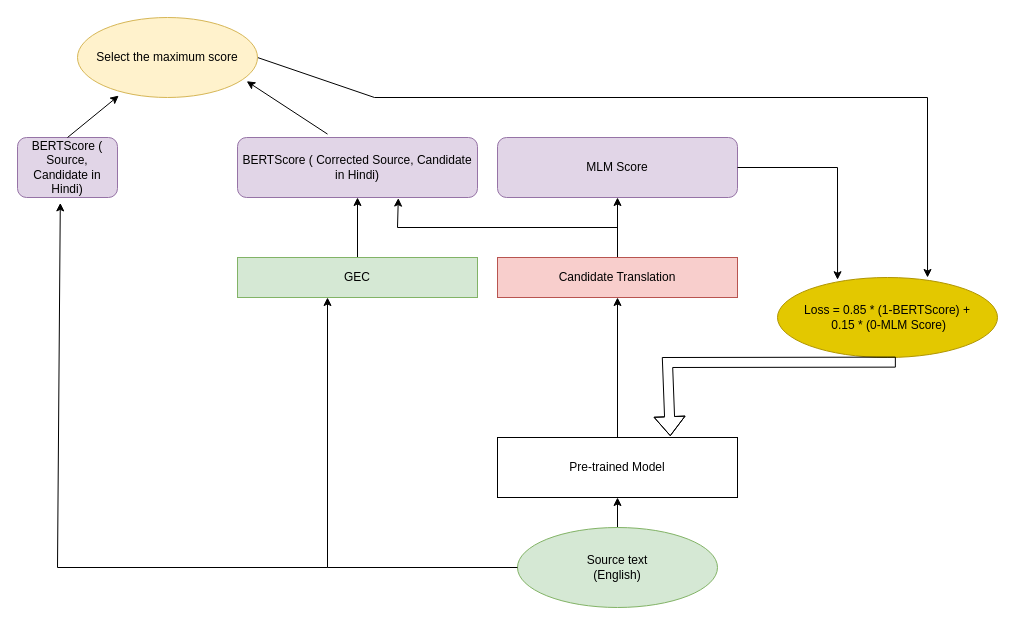
The draw.io diagram transformer_with_grammar_correction_mlm_bertscore.drawio in babangain/drawio, before the edit. Source tidied: cells renumbered, new cells numbered last; positions are measured from the earlier drawing's top-left corner, leaving out a move shared by most shapes. Both pictures are drawn from the tidied source at 100%, with x=0, y=0 at pixel (17, 17).
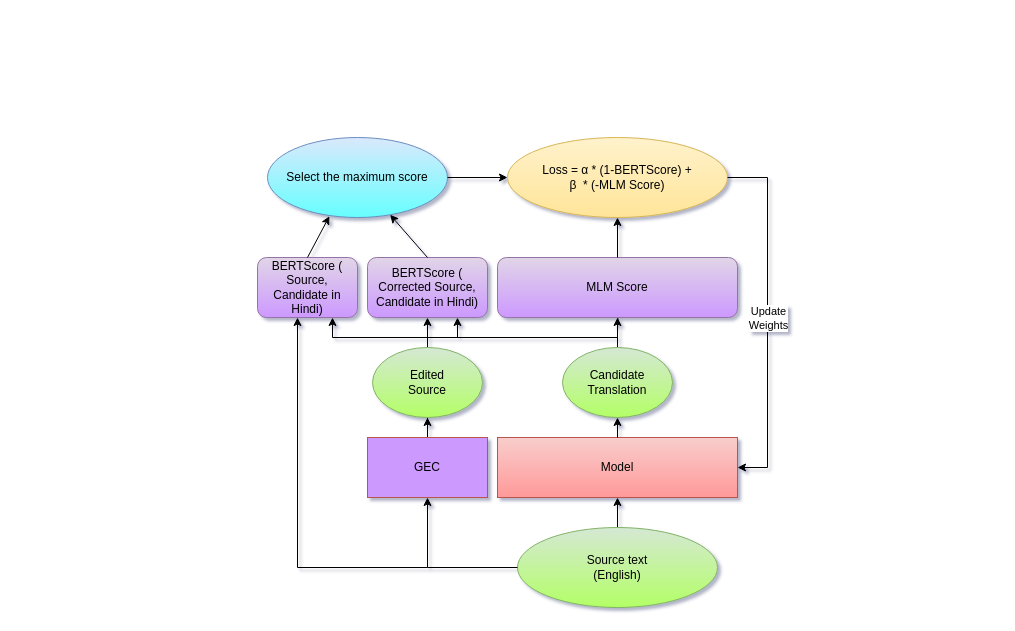
After the change.

What changed in the source:
```diff
@@
-<mxGraphModel>
+<mxGraphModel shadow="1">
@@
-    <mxCell id="2" style="edgeStyle=orthogonalEdgeStyle;rounded=0;jettySize=auto;html=1;" parent="1" edge="1" source="3" target="7">
-      <mxGeometry relative="1" as="geometry" />
-    </mxCell>
-    <mxCell id="3" value="Pre-trained Model" style="rounded=0;whiteSpace=wrap;html=1;" parent="1" vertex="1">
+    <mxCell id="3" value="Model" style="rounded=0;whiteSpace=wrap;html=1;fillColor=#f8cecc;strokeColor=#b85450;labelBorderColor=none;gradientColor=#FF9999;" parent="1" vertex="1">
       <mxGeometry x="480" y="420" width="240" height="60" as="geometry" />
     </mxCell>
-    <mxCell id="4" style="edgeStyle=orthogonalEdgeStyle;rounded=0;jettySize=auto;html=1;" parent="1" edge="1" source="5" target="3">
+    <mxCell id="4" style="edgeStyle=orthogonalEdgeStyle;rounded=0;jettySize=auto;html=1;labelBorderColor=none;" parent="1" edge="1" source="5" target="3">
       <mxGeometry relative="1" as="geometry" />
     </mxCell>
-    <mxCell id="5" value="Source text&lt;br&gt;(English)" style="ellipse;whiteSpace=wrap;html=1;fillColor=#d5e8d4;strokeColor=#82b366;" parent="1" vertex="1">
+    <mxCell id="5" value="Source text&lt;br&gt;(English)" style="ellipse;whiteSpace=wrap;html=1;fillColor=#d5e8d4;strokeColor=#82b366;labelBorderColor=none;gradientColor=#B3FF66;" parent="1" vertex="1">
       <mxGeometry x="500" y="510" width="200" height="80" as="geometry" />
     </mxCell>
-    <mxCell id="6" style="edgeStyle=orthogonalEdgeStyle;rounded=0;jettySize=auto;html=1;" parent="1" edge="1" source="7" target="11">
-      <mxGeometry relative="1" as="geometry" />
+    <mxCell id="6" style="edgeStyle=orthogonalEdgeStyle;rounded=0;jettySize=auto;html=1;labelBorderColor=none;" parent="1" edge="1" target="11">
+      <mxGeometry relative="1" as="geometry">
+        <mxPoint x="600" y="315" as="sourcePoint" />
+      </mxGeometry>
     </mxCell>
-    <mxCell id="7" value="Candidate Translation" style="rounded=0;whiteSpace=wrap;html=1;fillColor=#f8cecc;strokeColor=#b85450;" parent="1" vertex="1">
-      <mxGeometry x="480" y="240" width="240" height="40" as="geometry" />
-    </mxCell>
-    <mxCell id="8" style="endArrow=classic;html=1;rounded=0;exitX=0;exitY=0.5;exitDx=0;exitDy=0;entryX=0.375;entryY=1;entryDx=0;entryDy=0;entryPerimeter=0;" parent="1" edge="1" source="5" target="10">
+    <mxCell id="8" style="endArrow=classic;html=1;rounded=0;exitX=0;exitY=0.5;exitDx=0;exitDy=0;entryX=0.5;entryY=1;entryDx=0;entryDy=0;labelBorderColor=none;" parent="1" edge="1" source="5" target="10">
       <mxGeometry relative="1" as="geometry">
         <Array as="points">
-          <mxPoint x="310" y="550" />
+          <mxPoint x="410" y="550" />
         </Array>
       </mxGeometry>
     </mxCell>
-    <mxCell id="9" style="edgeStyle=orthogonalEdgeStyle;rounded=0;jettySize=auto;html=1;" parent="1" edge="1" source="10" target="12">
-      <mxGeometry relative="1" as="geometry" />
-    </mxCell>
+    <mxCell id="23" style="edgeStyle=orthogonalEdgeStyle;rounded=0;jettySize=auto;html=1;" parent="1" edge="1" source="10" target="27">
+      <mxGeometry relative="1" as="geometry" />
+    </mxCell>
-    <mxCell id="10" value="GEC" style="rounded=0;whiteSpace=wrap;html=1;fillColor=#d5e8d4;strokeColor=#82b366;" parent="1" vertex="1">
-      <mxGeometry x="220" y="240" width="240" height="40" as="geometry" />
+    <mxCell id="10" value="GEC" style="rounded=0;whiteSpace=wrap;html=1;fillColor=#CC99FF;strokeColor=#b85450;labelBorderColor=none;gradientColor=#CC99FF;" parent="1" vertex="1">
+      <mxGeometry x="350" y="420" width="120" height="60" as="geometry" />
     </mxCell>
-    <mxCell id="11" value="MLM Score" style="rounded=1;whiteSpace=wrap;html=1;fillColor=#e1d5e7;strokeColor=#9673a6;" parent="1" vertex="1">
-      <mxGeometry x="480" y="120" width="240" height="60" as="geometry" />
+    <mxCell id="11" value="MLM Score" style="rounded=1;whiteSpace=wrap;html=1;fillColor=#e1d5e7;strokeColor=#9673a6;labelBorderColor=none;gradientColor=#CC99FF;" parent="1" vertex="1">
+      <mxGeometry x="480" y="240" width="240" height="60" as="geometry" />
     </mxCell>
-    <mxCell id="12" value="BERTScore ( Corrected Source, Candidate in Hindi)" style="rounded=1;whiteSpace=wrap;html=1;fillColor=#e1d5e7;strokeColor=#9673a6;" parent="1" vertex="1">
-      <mxGeometry x="220" y="120" width="240" height="60" as="geometry" />
+    <mxCell id="12" value="BERTScore ( Corrected Source, Candidate in Hindi)" style="rounded=1;whiteSpace=wrap;html=1;fillColor=#e1d5e7;strokeColor=#9673a6;labelBorderColor=none;gradientColor=#CC99FF;" parent="1" vertex="1">
+      <mxGeometry x="350" y="240" width="120" height="60" as="geometry" />
     </mxCell>
-    <mxCell id="13" style="endArrow=classic;html=1;rounded=0;entryX=0.67;entryY=1.01;entryDx=0;entryDy=0;entryPerimeter=0;" parent="1" edge="1" target="12">
-      <mxGeometry relative="1" as="geometry">
-        <mxPoint x="600" y="210" as="sourcePoint" />
-        <Array as="points">
-          <mxPoint x="380" y="210" />
-        </Array>
-      </mxGeometry>
-    </mxCell>
-    <mxCell id="14" value="Loss = 0.85 * (1-BERTScore) +&lt;br&gt;&amp;nbsp;0.15 * (0-MLM Score)" style="ellipse;whiteSpace=wrap;html=1;fillColor=#e3c800;fontColor=#000000;strokeColor=#B09500;" parent="1" vertex="1">
-      <mxGeometry x="760" y="260" width="220" height="80" as="geometry" />
+    <mxCell id="14" value="Loss =&amp;nbsp;α&amp;nbsp;* (1-BERTScore) +&lt;br&gt;β&amp;nbsp; * (-MLM Score)" style="ellipse;whiteSpace=wrap;html=1;fillColor=#fff2cc;strokeColor=#d6b656;labelBorderColor=none;gradientColor=#FFE599;" parent="1" vertex="1">
+      <mxGeometry x="490" y="120" width="220" height="80" as="geometry" />
     </mxCell>
+    <mxCell id="18" value="BERTScore ( Source, Candidate in Hindi)" style="rounded=1;whiteSpace=wrap;html=1;fillColor=#e1d5e7;strokeColor=#9673a6;labelBorderColor=none;gradientColor=#CC99FF;" parent="1" vertex="1">
+      <mxGeometry x="240" y="240" width="100" height="60" as="geometry" />
+    </mxCell>
+    <mxCell id="19" style="endArrow=classic;html=1;rounded=0;entryX=0.4;entryY=1;entryDx=0;entryDy=0;entryPerimeter=0;labelBorderColor=none;" parent="1" edge="1" target="18">
+      <mxGeometry relative="1" as="geometry">
+        <mxPoint x="410" y="550" as="sourcePoint" />
+        <Array as="points">
+          <mxPoint x="280" y="550" />
+        </Array>
+      </mxGeometry>
+    </mxCell>
+    <mxCell id="20" value="Select the maximum score" style="ellipse;whiteSpace=wrap;html=1;fillColor=#dae8fc;strokeColor=#6c8ebf;labelBorderColor=none;gradientColor=#66FFFF;" parent="1" vertex="1">
+      <mxGeometry x="250" y="120" width="180" height="80" as="geometry" />
+    </mxCell>
+    <mxCell id="24" style="edgeStyle=orthogonalEdgeStyle;rounded=0;jettySize=auto;html=1;" parent="1" edge="1" source="7" target="11">
+      <mxGeometry relative="1" as="geometry" />
+    </mxCell>
+    <mxCell id="7" value="Candidate&lt;br&gt;Translation" style="ellipse;whiteSpace=wrap;html=1;fillColor=#d5e8d4;strokeColor=#82b366;labelBorderColor=none;gradientColor=#B3FF66;" parent="1" vertex="1">
+      <mxGeometry x="545" y="330" width="110" height="70" as="geometry" />
+    </mxCell>
+    <mxCell id="22" style="endArrow=classic;html=1;rounded=0;exitX=0.5;exitY=0;exitDx=0;exitDy=0;entryX=0.344;entryY=0.983;entryDx=0;entryDy=0;labelBorderColor=none;entryPerimeter=0;" parent="1" edge="1" source="18" target="20">
+      <mxGeometry relative="1" as="geometry" />
+    </mxCell>
+    <mxCell id="21" style="endArrow=classic;html=1;rounded=0;exitX=0.5;exitY=0;exitDx=0;exitDy=0;labelBorderColor=none;" parent="1" edge="1" source="12" target="20">
+      <mxGeometry relative="1" as="geometry" />
+    </mxCell>
-    <mxCell id="15" style="endArrow=classic;html=1;rounded=0;exitX=1;exitY=0.5;exitDx=0;exitDy=0;entryX=0.273;entryY=0.028;entryDx=0;entryDy=0;entryPerimeter=0;" parent="1" edge="1" source="11" target="14">
-      <mxGeometry relative="1" as="geometry">
-        <Array as="points">
-          <mxPoint x="820" y="150" />
-        </Array>
-      </mxGeometry>
+    <mxCell id="15" style="endArrow=classic;html=1;rounded=0;exitX=0.5;exitY=0;exitDx=0;exitDy=0;labelBorderColor=none;" parent="1" edge="1" source="11" target="14">
+      <mxGeometry relative="1" as="geometry" />
     </mxCell>
-    <mxCell id="16" style="endArrow=classic;html=1;rounded=0;exitX=1;exitY=0.5;exitDx=0;exitDy=0;entryX=0.682;entryY=0;entryDx=0;entryDy=0;entryPerimeter=0;" parent="1" edge="1" source="20" target="14">
-      <mxGeometry relative="1" as="geometry">
-        <Array as="points">
-          <mxPoint x="357" y="80" />
-          <mxPoint x="910" y="80" />
-        </Array>
-      </mxGeometry>
+    <mxCell id="16" style="endArrow=classic;html=1;rounded=0;exitX=1;exitY=0.5;exitDx=0;exitDy=0;labelBorderColor=none;" parent="1" edge="1" source="20" target="14">
+      <mxGeometry relative="1" as="geometry" />
     </mxCell>
-    <mxCell id="17" style="shape=flexArrow;endArrow=classic;html=1;rounded=0;exitX=0.538;exitY=1.058;exitDx=0;exitDy=0;exitPerimeter=0;entryX=0.72;entryY=-0.022;entryDx=0;entryDy=0;entryPerimeter=0;" parent="1" edge="1" source="14" target="3">
+    <mxCell id="17" style="endArrow=classic;html=1;rounded=0;exitX=1;exitY=0.5;exitDx=0;exitDy=0;entryX=1;entryY=0.5;entryDx=0;entryDy=0;labelBorderColor=none;" parent="1" edge="1" source="14" target="3">
       <mxGeometry relative="1" as="geometry">
         <Array as="points">
-          <mxPoint x="650" y="345" />
+          <mxPoint x="750" y="160" />
+          <mxPoint x="750" y="450" />
         </Array>
       </mxGeometry>
     </mxCell>
-    <mxCell id="18" value="BERTScore ( Source, Candidate in Hindi)" style="rounded=1;whiteSpace=wrap;html=1;fillColor=#e1d5e7;strokeColor=#9673a6;" parent="1" vertex="1">
-      <mxGeometry y="120" width="100" height="60" as="geometry" />
-    </mxCell>
-    <mxCell id="19" style="endArrow=classic;html=1;rounded=0;entryX=0.428;entryY=1.09;entryDx=0;entryDy=0;entryPerimeter=0;" parent="1" edge="1" target="18">
-      <mxGeometry relative="1" as="geometry">
-        <mxPoint x="310" y="550" as="sourcePoint" />
-        <Array as="points">
-          <mxPoint x="40" y="550" />
-        </Array>
-      </mxGeometry>
-    </mxCell>
-    <mxCell id="20" value="Select the maximum score" style="ellipse;whiteSpace=wrap;html=1;fillColor=#fff2cc;strokeColor=#d6b656;" parent="1" vertex="1">
-      <mxGeometry x="60" width="180" height="80" as="geometry" />
-    </mxCell>
-    <mxCell id="21" style="endArrow=classic;html=1;rounded=0;exitX=0.375;exitY=-0.057;exitDx=0;exitDy=0;exitPerimeter=0;entryX=0.94;entryY=0.797;entryDx=0;entryDy=0;entryPerimeter=0;" parent="1" edge="1" source="12" target="20">
-      <mxGeometry relative="1" as="geometry" />
-    </mxCell>
-    <mxCell id="22" style="endArrow=classic;html=1;rounded=0;exitX=0.5;exitY=0;exitDx=0;exitDy=0;entryX=0.229;entryY=0.977;entryDx=0;entryDy=0;entryPerimeter=0;" parent="1" edge="1" source="18" target="20">
-      <mxGeometry relative="1" as="geometry" />
-    </mxCell>
+    <mxCell id="25" value="Update&lt;br&gt;Weights" style="edgeLabel;html=1;align=center;verticalAlign=middle;labelBorderColor=none;" parent="17" vertex="1">
+      <mxGeometry relative="1" as="geometry" />
+    </mxCell>
+    <mxCell id="26" style="edgeStyle=orthogonalEdgeStyle;rounded=0;jettySize=auto;html=1;" parent="1" edge="1" source="27" target="12">
+      <mxGeometry relative="1" as="geometry" />
+    </mxCell>
+    <mxCell id="27" value="Edited&lt;br&gt;Source" style="ellipse;whiteSpace=wrap;html=1;fillColor=#d5e8d4;strokeColor=#82b366;labelBorderColor=none;gradientColor=#B3FF66;" parent="1" vertex="1">
+      <mxGeometry x="355" y="330" width="110" height="70" as="geometry" />
+    </mxCell>
+    <mxCell id="2" style="endArrow=classic;html=1;rounded=0;exitX=0.5;exitY=0;exitDx=0;exitDy=0;entryX=0.5;entryY=1;entryDx=0;entryDy=0;" parent="1" edge="1" source="3" target="7">
+      <mxGeometry relative="1" as="geometry" />
+    </mxCell>
+    <mxCell id="28" style="endArrow=classic;html=1;rounded=0;entryX=0.75;entryY=1;entryDx=0;entryDy=0;" parent="1" edge="1" target="18">
+      <mxGeometry relative="1" as="geometry">
+        <mxPoint x="600" y="320" as="sourcePoint" />
+        <Array as="points">
+          <mxPoint x="315" y="320" />
+        </Array>
+      </mxGeometry>
+    </mxCell>
+    <mxCell id="29" style="endArrow=classic;html=1;rounded=0;entryX=0.75;entryY=1;entryDx=0;entryDy=0;" parent="1" edge="1" target="12">
+      <mxGeometry relative="1" as="geometry">
+        <mxPoint x="440" y="320" as="sourcePoint" />
+      </mxGeometry>
+    </mxCell>
```
